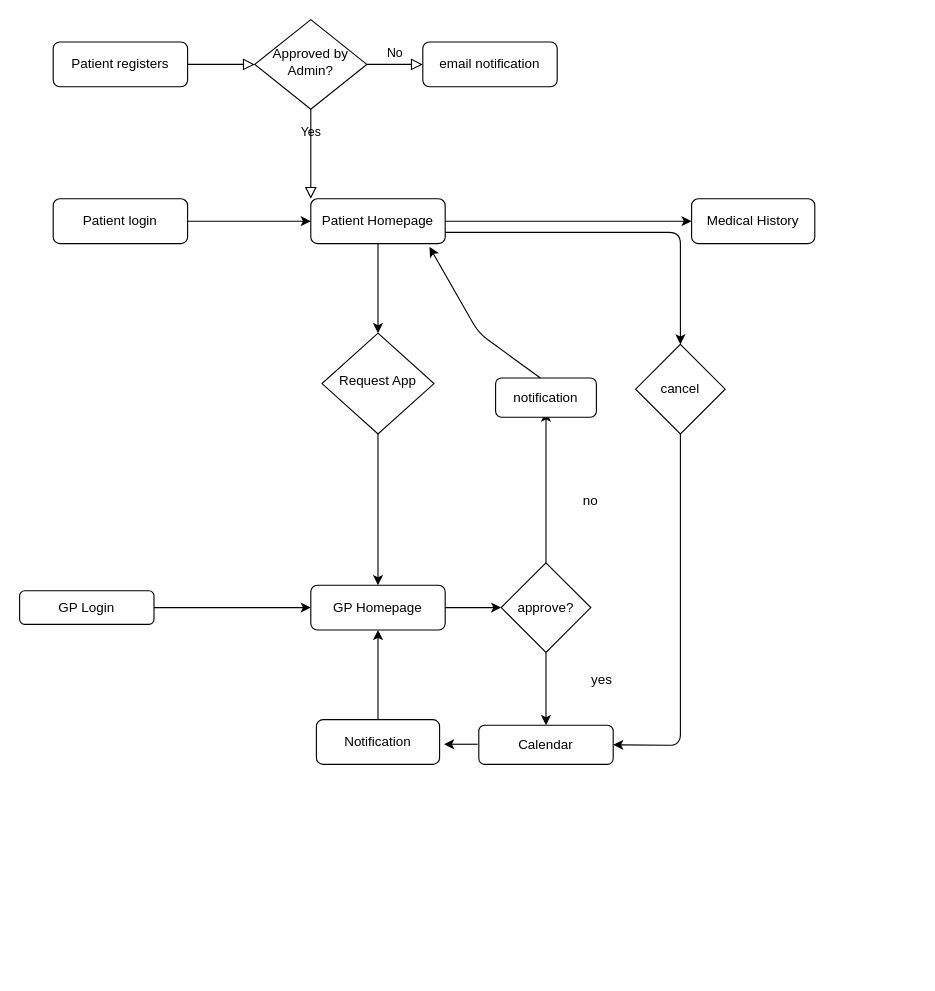
Before: coursework.drawio in willdonlan8/hello-world, a draw.io diagram. Source tidied: cells renumbered, new cells numbered last; positions are measured from the earlier drawing's top-left corner, leaving out a move shared by most shapes. Both pictures are drawn from the tidied source at 112%, with x=0, y=0 at pixel (19, 19).
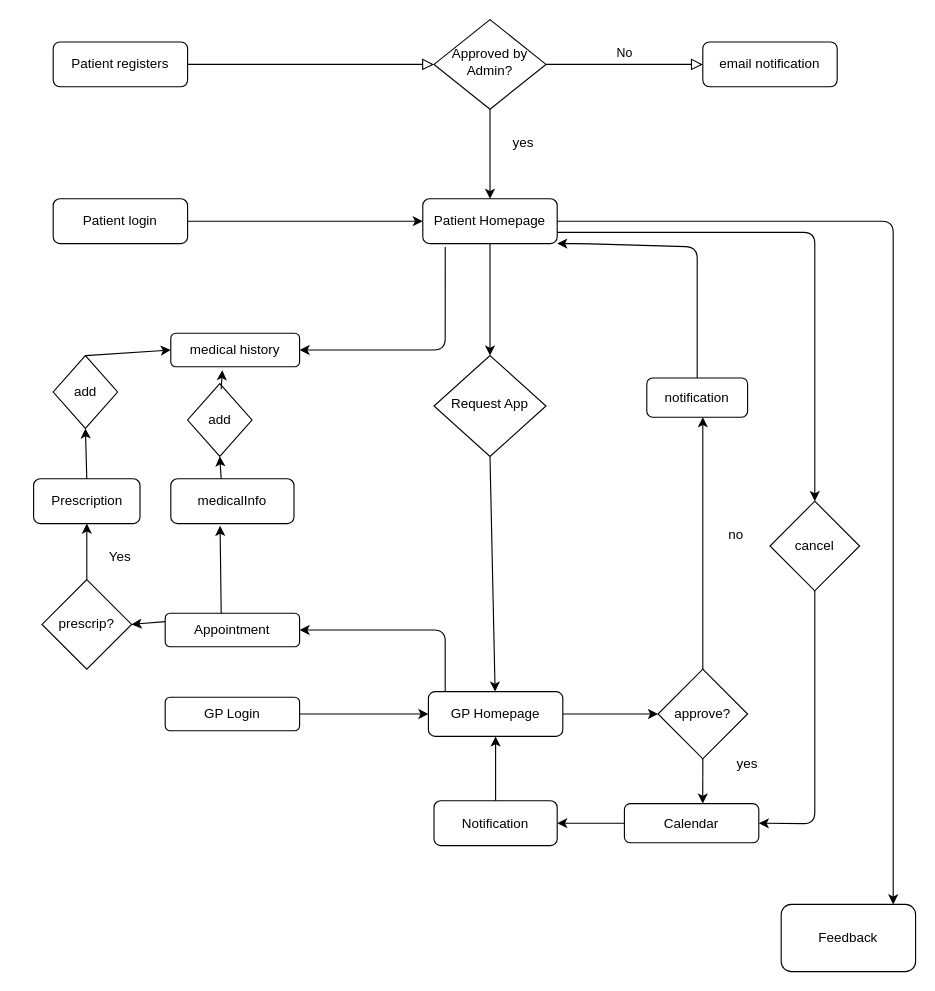
After the change.

The edit, as a diff of the source:
```diff
@@
-    <mxCell id="4" value="Yes" style="rounded=0;html=1;jettySize=auto;fontSize=11;endArrow=block;endFill=0;endSize=8;strokeWidth=1;shadow=0;labelBackgroundColor=none;edgeStyle=orthogonalEdgeStyle;" parent="1" edge="1" source="6">
-      <mxGeometry y="20" relative="1" as="geometry">
-        <mxPoint x="260" y="160" as="targetPoint" />
-      </mxGeometry>
-    </mxCell>
@@
     <mxCell id="6" value="Approved by Admin?" style="rhombus;whiteSpace=wrap;html=1;shadow=0;fontFamily=Helvetica;fontSize=12;align=center;strokeWidth=1;spacing=6;spacingTop=-4;" parent="1" vertex="1">
-      <mxGeometry x="210" width="100" height="80" as="geometry" />
+      <mxGeometry x="370" width="100" height="80" as="geometry" />
     </mxCell>
     <mxCell id="7" value="email notification" style="rounded=1;whiteSpace=wrap;html=1;fontSize=12;glass=0;strokeWidth=1;shadow=0;" parent="1" vertex="1">
-      <mxGeometry x="360" y="20" width="120" height="40" as="geometry" />
+      <mxGeometry x="610" y="20" width="120" height="40" as="geometry" />
     </mxCell>
@@
     <mxCell id="9" value="Request App" style="rhombus;whiteSpace=wrap;html=1;shadow=0;fontFamily=Helvetica;fontSize=12;align=center;strokeWidth=1;spacing=6;spacingTop=-4;" parent="1" vertex="1">
-      <mxGeometry x="270" y="280" width="100" height="90" as="geometry" />
+      <mxGeometry x="370" y="300" width="100" height="90" as="geometry" />
     </mxCell>
@@
     <mxCell id="12" value="Calendar" style="rounded=1;whiteSpace=wrap;html=1;" parent="1" vertex="1">
-      <mxGeometry x="410" y="630" width="120" height="35" as="geometry" />
+      <mxGeometry x="540" y="700" width="120" height="35" as="geometry" />
     </mxCell>
-    <mxCell id="13" style="endArrow=classic;html=1;entryX=0;entryY=0.5;entryDx=0;entryDy=0;" parent="1" edge="1" source="22" target="14">
-      <mxGeometry relative="1" as="geometry" />
-    </mxCell>
-    <mxCell id="14" value="Medical History" style="rounded=1;whiteSpace=wrap;html=1;" parent="1" vertex="1">
-      <mxGeometry x="600" y="160" width="110" height="40" as="geometry" />
-    </mxCell>
     <mxCell id="15" value="GP Homepage" style="rounded=1;whiteSpace=wrap;html=1;" parent="1" vertex="1">
-      <mxGeometry x="260" y="505" width="120" height="40" as="geometry" />
+      <mxGeometry x="365" y="600" width="120" height="40" as="geometry" />
     </mxCell>
     <mxCell id="16" value="GP Login" style="rounded=1;whiteSpace=wrap;html=1;" parent="1" vertex="1">
-      <mxGeometry y="510" width="120" height="30" as="geometry" />
+      <mxGeometry x="130" y="605" width="120" height="30" as="geometry" />
     </mxCell>
@@
-    <mxCell id="18" value="approve?" style="rhombus;whiteSpace=wrap;html=1;" parent="1" vertex="1">
-      <mxGeometry x="430" y="485" width="80" height="80" as="geometry" />
-    </mxCell>
@@
-    <mxCell id="21" style="endArrow=classic;html=1;exitX=0.5;exitY=1;exitDx=0;exitDy=0;entryX=0.5;entryY=0;entryDx=0;entryDy=0;" parent="1" edge="1" source="18" target="12">
+    <mxCell id="21" style="endArrow=classic;html=1;exitX=0.5;exitY=1;exitDx=0;exitDy=0;entryX=0.583;entryY=0;entryDx=0;entryDy=0;entryPerimeter=0;" parent="1" edge="1" source="18" target="12">
       <mxGeometry relative="1" as="geometry" />
     </mxCell>
     <mxCell id="22" value="Patient Homepage" style="rounded=1;whiteSpace=wrap;html=1;fontSize=12;glass=0;strokeWidth=1;shadow=0;" parent="1" vertex="1">
-      <mxGeometry x="260" y="160" width="120" height="40" as="geometry" />
+      <mxGeometry x="360" y="160" width="120" height="40" as="geometry" />
     </mxCell>
     <mxCell id="23" value="yes" style="text;html=1;strokeColor=none;fillColor=none;align=center;verticalAlign=middle;whiteSpace=wrap;rounded=0;" parent="1" vertex="1">
-      <mxGeometry x="500" y="580" width="40" height="20" as="geometry" />
+      <mxGeometry x="630" y="655" width="40" height="20" as="geometry" />
     </mxCell>
-    <mxCell id="24" style="endArrow=classic;html=1;exitX=0.5;exitY=0;exitDx=0;exitDy=0;" parent="1" edge="1" source="18">
-      <mxGeometry relative="1" as="geometry">
-        <mxPoint x="470" y="350" as="targetPoint" />
-        <Array as="points">
-          <mxPoint x="470" y="420" />
-        </Array>
-      </mxGeometry>
-    </mxCell>
     <mxCell id="25" value="notification" style="rounded=1;whiteSpace=wrap;html=1;" parent="1" vertex="1">
-      <mxGeometry x="425" y="320" width="90" height="35" as="geometry" />
+      <mxGeometry x="560" y="320" width="90" height="35" as="geometry" />
     </mxCell>
     <mxCell id="26" value="no" style="text;html=1;strokeColor=none;fillColor=none;align=center;verticalAlign=middle;whiteSpace=wrap;rounded=0;" parent="1" vertex="1">
-      <mxGeometry x="490" y="420" width="40" height="20" as="geometry" />
+      <mxGeometry x="620" y="450" width="40" height="20" as="geometry" />
     </mxCell>
-    <mxCell id="27" style="endArrow=classic;html=1;entryX=0.883;entryY=1.075;entryDx=0;entryDy=0;entryPerimeter=0;" parent="1" edge="1" target="22">
+    <mxCell id="27" style="endArrow=classic;html=1;exitX=0.5;exitY=0;exitDx=0;exitDy=0;entryX=1;entryY=1;entryDx=0;entryDy=0;" parent="1" edge="1" source="25" target="22">
       <mxGeometry relative="1" as="geometry">
-        <mxPoint x="465" y="320" as="sourcePoint" />
         <Array as="points">
-          <mxPoint x="410" y="280" />
+          <mxPoint x="605" y="203" />
+          <mxPoint x="500" y="200" />
         </Array>
       </mxGeometry>
     </mxCell>
     <mxCell id="28" value="cancel" style="rhombus;whiteSpace=wrap;html=1;" parent="1" vertex="1">
-      <mxGeometry x="550" y="290" width="80" height="80" as="geometry" />
+      <mxGeometry x="670" y="430" width="80" height="80" as="geometry" />
     </mxCell>
     <mxCell id="29" style="endArrow=classic;html=1;exitX=1;exitY=0.75;exitDx=0;exitDy=0;entryX=0.5;entryY=0;entryDx=0;entryDy=0;" parent="1" edge="1" source="22" target="28">
       <mxGeometry relative="1" as="geometry">
         <Array as="points">
-          <mxPoint x="590" y="190" />
+          <mxPoint x="710" y="190" />
         </Array>
       </mxGeometry>
     </mxCell>
+    <mxCell id="31" value="Notification" style="rounded=1;whiteSpace=wrap;html=1;" parent="1" vertex="1">
+      <mxGeometry x="370" y="697.5" width="110" height="40" as="geometry" />
+    </mxCell>
+    <mxCell id="34" style="endArrow=classic;html=1;" parent="1" edge="1" source="18">
+      <mxGeometry relative="1" as="geometry">
+        <mxPoint x="610" y="355" as="targetPoint" />
+      </mxGeometry>
+    </mxCell>
+    <mxCell id="18" value="approve?" style="rhombus;whiteSpace=wrap;html=1;" parent="1" vertex="1">
+      <mxGeometry x="570" y="580" width="80" height="80" as="geometry" />
+    </mxCell>
+    <mxCell id="35" style="endArrow=classic;html=1;exitX=0.5;exitY=1;exitDx=0;exitDy=0;" parent="1" edge="1" source="6" target="22">
+      <mxGeometry relative="1" as="geometry" />
+    </mxCell>
+    <mxCell id="36" value="yes" style="text;html=1;strokeColor=none;fillColor=none;align=center;verticalAlign=middle;whiteSpace=wrap;rounded=0;" parent="1" vertex="1">
+      <mxGeometry x="430" y="100" width="40" height="20" as="geometry" />
+    </mxCell>
+    <mxCell id="37" value="Appointment" style="rounded=1;whiteSpace=wrap;html=1;" parent="1" vertex="1">
+      <mxGeometry x="130" y="530" width="120" height="30" as="geometry" />
+    </mxCell>
+    <mxCell id="38" value="medical history" style="rounded=1;whiteSpace=wrap;html=1;" parent="1" vertex="1">
+      <mxGeometry x="135" y="280" width="115" height="30" as="geometry" />
+    </mxCell>
+    <mxCell id="39" style="endArrow=classic;html=1;entryX=1;entryY=0.5;entryDx=0;entryDy=0;exitX=0.167;exitY=1.075;exitDx=0;exitDy=0;exitPerimeter=0;" parent="1" edge="1" source="22" target="38">
+      <mxGeometry relative="1" as="geometry">
+        <Array as="points">
+          <mxPoint x="380" y="295" />
+        </Array>
+      </mxGeometry>
+    </mxCell>
+    <mxCell id="40" style="endArrow=classic;html=1;exitX=0;exitY=0.5;exitDx=0;exitDy=0;entryX=1;entryY=0.5;entryDx=0;entryDy=0;" parent="1" edge="1" source="12" target="31">
+      <mxGeometry relative="1" as="geometry" />
+    </mxCell>
     <mxCell id="30" style="endArrow=classic;html=1;exitX=0.5;exitY=1;exitDx=0;exitDy=0;entryX=1;entryY=0.5;entryDx=0;entryDy=0;" parent="1" edge="1" source="28" target="12">
       <mxGeometry relative="1" as="geometry">
         <Array as="points">
-          <mxPoint x="590" y="648" />
+          <mxPoint x="710" y="718" />
         </Array>
       </mxGeometry>
     </mxCell>
-    <mxCell id="31" value="Notification" style="rounded=1;whiteSpace=wrap;html=1;" parent="1" vertex="1">
-      <mxGeometry x="265" y="625" width="110" height="40" as="geometry" />
-    </mxCell>
-    <mxCell id="32" style="endArrow=classic;html=1;" parent="1" edge="1">
-      <mxGeometry relative="1" as="geometry">
-        <mxPoint x="409" y="647" as="sourcePoint" />
-        <mxPoint x="379" y="647" as="targetPoint" />
-        <Array as="points">
-          <mxPoint x="399" y="647" />
-        </Array>
-      </mxGeometry>
-    </mxCell>
-    <mxCell id="33" style="endArrow=classic;html=1;entryX=0.5;entryY=1;entryDx=0;entryDy=0;" parent="1" edge="1" target="15">
-      <mxGeometry relative="1" as="geometry">
-        <mxPoint x="320" y="625" as="sourcePoint" />
-      </mxGeometry>
-    </mxCell>
+    <mxCell id="41" style="endArrow=classic;html=1;exitX=0.5;exitY=0;exitDx=0;exitDy=0;entryX=0.5;entryY=1;entryDx=0;entryDy=0;" parent="1" edge="1" source="31" target="15">
+      <mxGeometry relative="1" as="geometry" />
+    </mxCell>
+    <mxCell id="42" style="endArrow=classic;html=1;entryX=1;entryY=0.5;entryDx=0;entryDy=0;" parent="1" edge="1" target="37">
+      <mxGeometry relative="1" as="geometry">
+        <mxPoint x="380" y="600" as="sourcePoint" />
+        <Array as="points">
+          <mxPoint x="380" y="545" />
+        </Array>
+      </mxGeometry>
+    </mxCell>
+    <mxCell id="43" value="prescrip?" style="rhombus;whiteSpace=wrap;html=1;" parent="1" vertex="1">
+      <mxGeometry x="20" y="500" width="80" height="80" as="geometry" />
+    </mxCell>
+    <mxCell id="44" value="Prescription" style="rounded=1;whiteSpace=wrap;html=1;" parent="1" vertex="1">
+      <mxGeometry x="12.5" y="410" width="95" height="40" as="geometry" />
+    </mxCell>
+    <mxCell id="45" style="endArrow=classic;html=1;" parent="1" edge="1">
+      <mxGeometry relative="1" as="geometry">
+        <mxPoint x="180" y="530" as="sourcePoint" />
+        <mxPoint x="179" y="452" as="targetPoint" />
+      </mxGeometry>
+    </mxCell>
+    <mxCell id="46" style="endArrow=classic;html=1;exitX=0;exitY=0.25;exitDx=0;exitDy=0;entryX=1;entryY=0.5;entryDx=0;entryDy=0;" parent="1" edge="1" source="37" target="43">
+      <mxGeometry relative="1" as="geometry" />
+    </mxCell>
+    <mxCell id="47" style="endArrow=classic;html=1;entryX=0.5;entryY=1;entryDx=0;entryDy=0;exitX=0.5;exitY=0;exitDx=0;exitDy=0;" parent="1" edge="1" source="43" target="44">
+      <mxGeometry relative="1" as="geometry" />
+    </mxCell>
+    <mxCell id="48" value="add" style="rhombus;whiteSpace=wrap;html=1;" parent="1" vertex="1">
+      <mxGeometry x="30" y="300" width="57.5" height="65" as="geometry" />
+    </mxCell>
+    <mxCell id="49" style="endArrow=classic;html=1;exitX=0.5;exitY=0;exitDx=0;exitDy=0;entryX=0.5;entryY=1;entryDx=0;entryDy=0;" parent="1" edge="1" source="44" target="48">
+      <mxGeometry relative="1" as="geometry" />
+    </mxCell>
+    <mxCell id="50" style="endArrow=classic;html=1;entryX=0;entryY=0.5;entryDx=0;entryDy=0;exitX=0.5;exitY=0;exitDx=0;exitDy=0;" parent="1" edge="1" source="48" target="38">
+      <mxGeometry relative="1" as="geometry" />
+    </mxCell>
+    <mxCell id="4" value="Yes" style="text;html=1;strokeColor=none;fillColor=none;align=center;verticalAlign=middle;whiteSpace=wrap;rounded=0;" parent="1" vertex="1">
+      <mxGeometry x="70" y="470" width="40" height="20" as="geometry" />
+    </mxCell>
+    <mxCell id="51" value="medicalInfo" style="rounded=1;whiteSpace=wrap;html=1;" parent="1" vertex="1">
+      <mxGeometry x="135" y="410" width="110" height="40" as="geometry" />
+    </mxCell>
+    <mxCell id="52" value="add" style="rhombus;whiteSpace=wrap;html=1;" parent="1" vertex="1">
+      <mxGeometry x="150" y="325" width="57.5" height="65" as="geometry" />
+    </mxCell>
+    <mxCell id="53" style="endArrow=classic;html=1;entryX=0.5;entryY=1;entryDx=0;entryDy=0;" parent="1" edge="1" target="52">
+      <mxGeometry relative="1" as="geometry">
+        <mxPoint x="180" y="410" as="sourcePoint" />
+      </mxGeometry>
+    </mxCell>
+    <mxCell id="54" style="endArrow=classic;html=1;entryX=0.4;entryY=1.1;entryDx=0;entryDy=0;entryPerimeter=0;" parent="1" edge="1" target="38">
+      <mxGeometry relative="1" as="geometry">
+        <mxPoint x="180" y="330" as="sourcePoint" />
+      </mxGeometry>
+    </mxCell>
+    <mxCell id="55" style="endArrow=classic;html=1;" parent="1" edge="1">
+      <mxGeometry relative="1" as="geometry">
+        <mxPoint x="480" y="180" as="sourcePoint" />
+        <mxPoint x="780" y="790" as="targetPoint" />
+        <Array as="points">
+          <mxPoint x="780" y="180" />
+        </Array>
+      </mxGeometry>
+    </mxCell>
+    <mxCell id="56" value="Feedback" style="rounded=1;whiteSpace=wrap;html=1;" parent="1" vertex="1">
+      <mxGeometry x="680" y="790" width="120" height="60" as="geometry" />
+    </mxCell>
```
